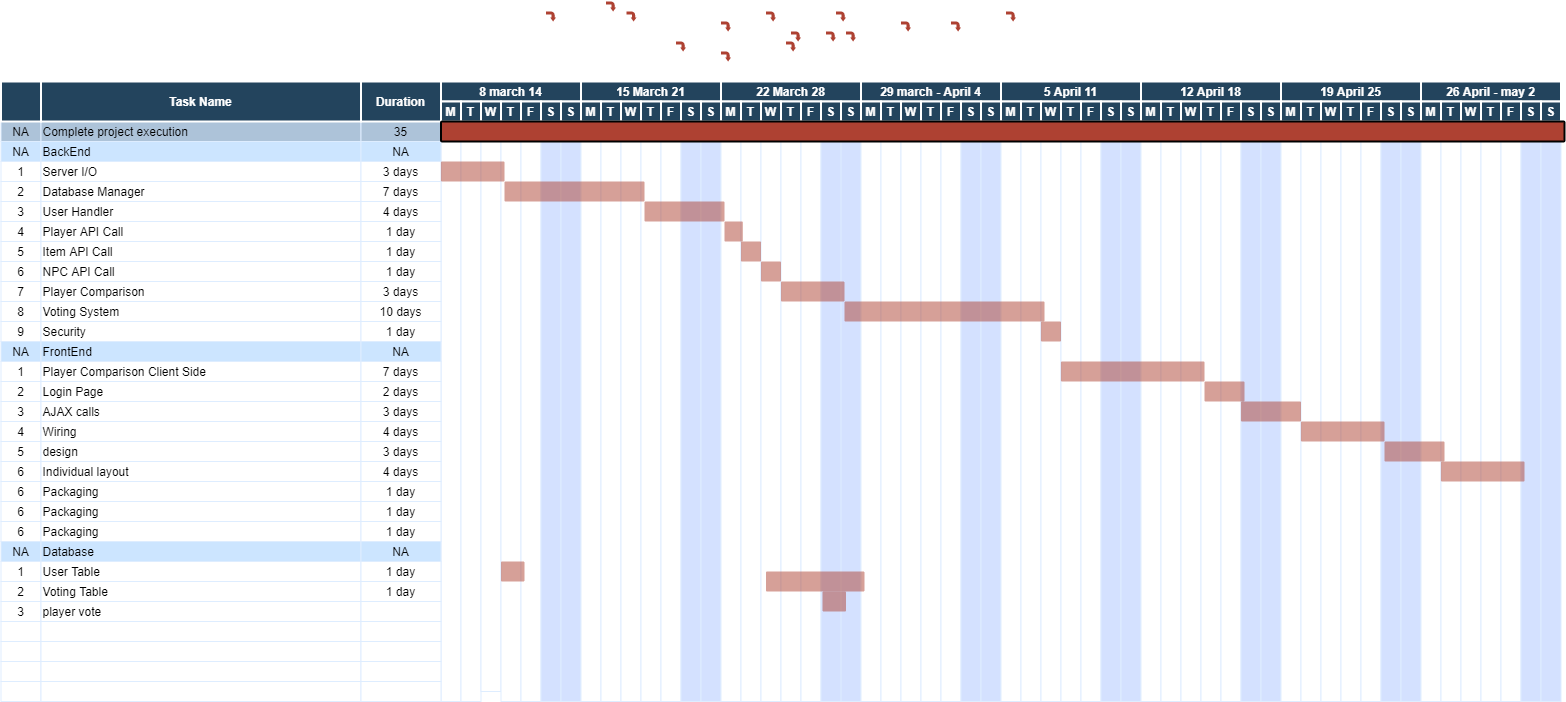
The draw.io diagram diagrams/gannt.png in Dylandk10/Runescape_Fan_Site, before a commit. Source tidied: cells renumbered, new cells last; positions are measured from the earlier drawing's top-left corner, leaving out a move shared by most shapes.
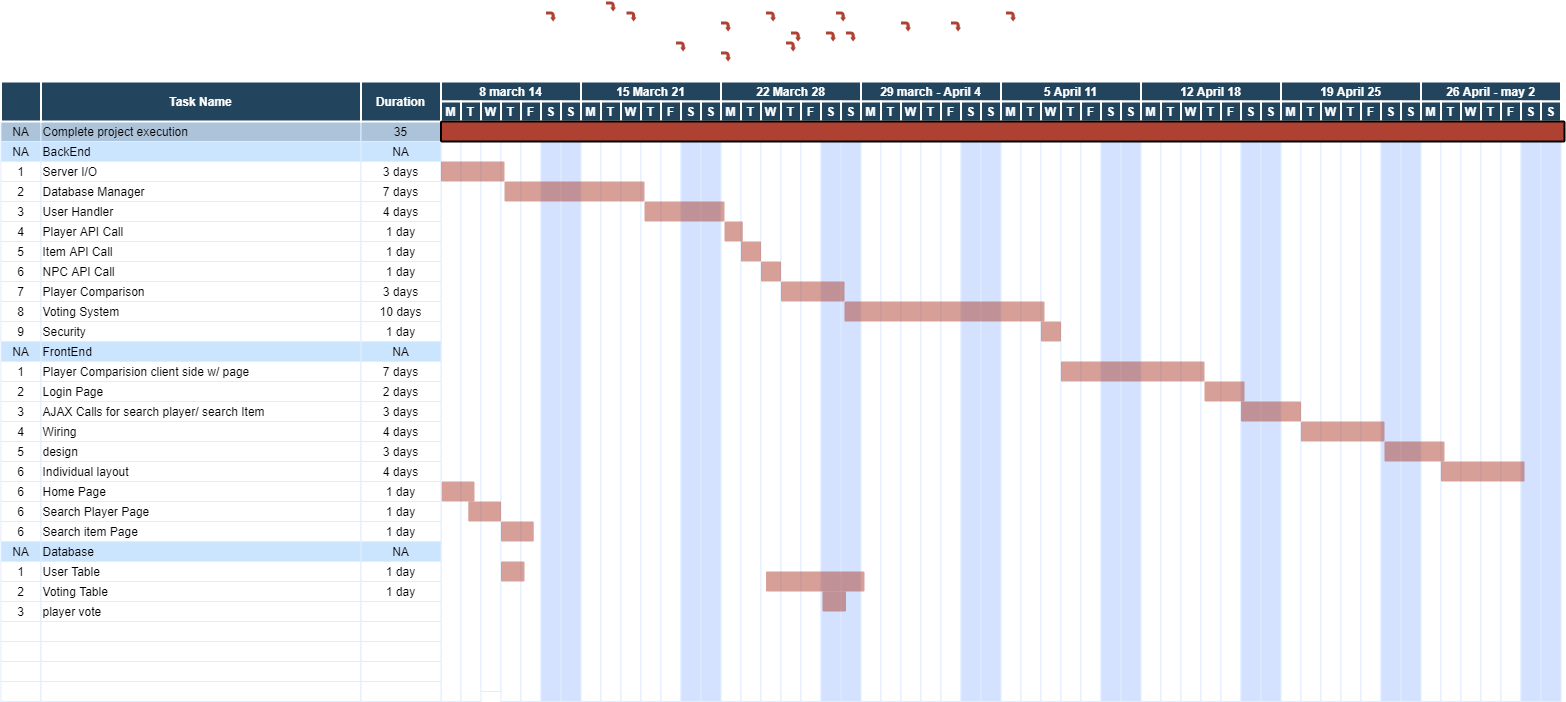
The same file after the commit.

What changed in the source:
```diff
@@ -89,7 +89,7 @@
     <mxCell id="30" value="1" style="strokeColor=#DEEDFF;" parent="1" vertex="1">
       <mxGeometry x="0.5" y="360" width="40" height="20" as="geometry" />
     </mxCell>
-    <mxCell id="31" value="Player Comparison Client Side" style="align=left;strokeColor=#DEEDFF;" parent="1" vertex="1">
+    <mxCell id="31" value="Player Comparision client side w/ page" style="align=left;strokeColor=#DEEDFF;" parent="1" vertex="1">
       <mxGeometry x="40.5" y="360" width="320" height="20" as="geometry" />
     </mxCell>
     <mxCell id="32" value="7 days" style="strokeColor=#DEEDFF;" parent="1" vertex="1">
@@ -107,7 +107,7 @@
     <mxCell id="36" value="3" style="strokeColor=#DEEDFF;" parent="1" vertex="1">
       <mxGeometry x="0.5" y="400" width="40" height="20" as="geometry" />
     </mxCell>
-    <mxCell id="37" value="AJAX calls" style="align=left;strokeColor=#DEEDFF;" parent="1" vertex="1">
+    <mxCell id="37" value="AJAX Calls for search player/ search Item" style="align=left;strokeColor=#DEEDFF;" parent="1" vertex="1">
       <mxGeometry x="40.5" y="400" width="320" height="20" as="geometry" />
     </mxCell>
     <mxCell id="38" value="3 days" style="strokeColor=#DEEDFF;" parent="1" vertex="1">
@@ -653,7 +653,7 @@
     <mxCell id="218" value="6" style="strokeColor=#DEEDFF;fillColor=#FFFFFF;" parent="1" vertex="1">
       <mxGeometry x="0.5" y="480" width="40" height="20" as="geometry" />
     </mxCell>
-    <mxCell id="219" value="Packaging" style="align=left;strokeColor=#DEEDFF;fillColor=#FFFFFF;" parent="1" vertex="1">
+    <mxCell id="219" value="Home Page" style="align=left;strokeColor=#DEEDFF;fillColor=#FFFFFF;" parent="1" vertex="1">
       <mxGeometry x="40.5" y="480" width="320" height="20" as="geometry" />
     </mxCell>
     <mxCell id="220" value="1 day" style="strokeColor=#DEEDFF;fillColor=#FFFFFF;" parent="1" vertex="1">
@@ -662,7 +662,7 @@
     <mxCell id="221" value="6" style="strokeColor=#DEEDFF;fillColor=#FFFFFF;" parent="1" vertex="1">
       <mxGeometry x="0.5" y="500" width="40" height="20" as="geometry" />
     </mxCell>
-    <mxCell id="222" value="Packaging" style="align=left;strokeColor=#DEEDFF;fillColor=#FFFFFF;" parent="1" vertex="1">
+    <mxCell id="222" value="Search Player Page" style="align=left;strokeColor=#DEEDFF;fillColor=#FFFFFF;" parent="1" vertex="1">
       <mxGeometry x="40.5" y="500" width="320" height="20" as="geometry" />
     </mxCell>
     <mxCell id="223" value="1 day" style="strokeColor=#DEEDFF;fillColor=#FFFFFF;" parent="1" vertex="1">
@@ -671,7 +671,7 @@
     <mxCell id="224" value="6" style="strokeColor=#DEEDFF;fillColor=#FFFFFF;" parent="1" vertex="1">
       <mxGeometry x="0.5" y="520" width="40" height="20" as="geometry" />
     </mxCell>
-    <mxCell id="225" value="Packaging" style="align=left;strokeColor=#DEEDFF;fillColor=#FFFFFF;" parent="1" vertex="1">
+    <mxCell id="225" value="Search item Page" style="align=left;strokeColor=#DEEDFF;fillColor=#FFFFFF;" parent="1" vertex="1">
       <mxGeometry x="40.5" y="520" width="320" height="20" as="geometry" />
     </mxCell>
     <mxCell id="226" value="1 day" style="strokeColor=#DEEDFF;fillColor=#FFFFFF;" parent="1" vertex="1">
@@ -737,5 +737,14 @@
     <mxCell id="246" style="shape=mxgraph.flowchart.process;fillColor=#AE4132;strokeColor=none;strokeWidth=2;opacity=50;" parent="1" vertex="1">
       <mxGeometry x="822" y="590" width="23.5" height="20" as="geometry" />
     </mxCell>
+    <mxCell id="247" style="shape=mxgraph.flowchart.process;fillColor=#AE4132;strokeColor=none;strokeWidth=2;opacity=50;" parent="1" vertex="1">
+      <mxGeometry x="441.2" y="480" width="32.8" height="20" as="geometry" />
+    </mxCell>
+    <mxCell id="248" style="shape=mxgraph.flowchart.process;fillColor=#AE4132;strokeColor=none;strokeWidth=2;opacity=50;" parent="1" vertex="1">
+      <mxGeometry x="467.8" y="500" width="32.8" height="20" as="geometry" />
+    </mxCell>
+    <mxCell id="249" style="shape=mxgraph.flowchart.process;fillColor=#AE4132;strokeColor=none;strokeWidth=2;opacity=50;" parent="1" vertex="1">
+      <mxGeometry x="500.5" y="520" width="32.8" height="20" as="geometry" />
+    </mxCell>
   </root>
 </mxGraphModel>
```
